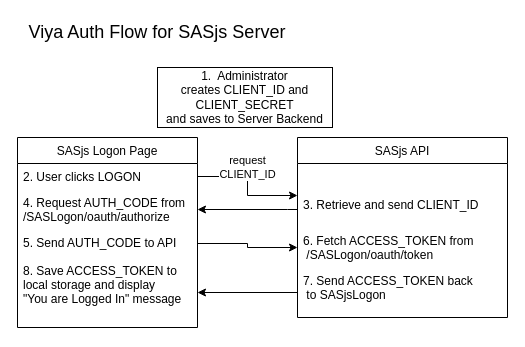
sasjs/server.sasjs.io keeps this draw.io diagram as docs/draw.io/viyaflow.drawio. Above is the earlier version. Source tidied: cells renumbered, new cells numbered last; positions are measured from the earlier drawing's top-left corner, leaving out a move shared by most shapes. Both pictures are drawn from the tidied source at 100%, with x=0, y=0 at pixel (17, 17).
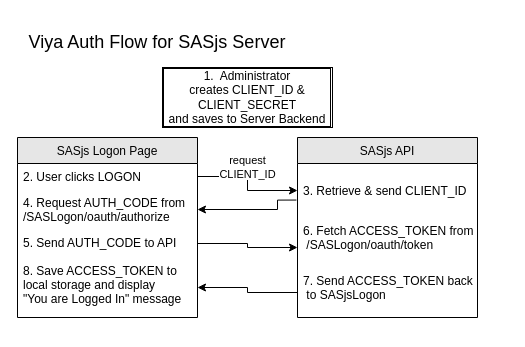
Above is the later version.

Diff of the diagram source:
```diff
@@
-<mxGraphModel>
+<mxGraphModel background="#FFFFFF">
@@
-    <mxCell id="2" value="SASjs Logon Page" style="swimlane;fontStyle=0;horizontal=1;startSize=26;" parent="1" vertex="1">
-      <mxGeometry y="120" width="180" height="190" as="geometry" />
+    <mxCell id="2" value="SASjs Logon Page" style="swimlane;fontStyle=0;horizontal=1;startSize=26;strokeColor=#000000;fillColor=#E6E6E6;color:#000000;fontColor=#000000;" parent="1" vertex="1">
+      <mxGeometry y="120" width="180" height="180" as="geometry" />
     </mxCell>
-    <mxCell id="3" value="2. User clicks LOGON" style="text;strokeColor=none;fillColor=none;align=left;verticalAlign=top;spacingLeft=4;spacingRight=4;overflow=hidden;points=[[0,0.5],[1,0.5]];portConstraint=eastwest;" parent="2" vertex="1">
+    <mxCell id="3" value="2. User clicks LOGON" style="text;strokeColor=none;fillColor=none;align=left;verticalAlign=top;spacingLeft=4;spacingRight=4;overflow=hidden;points=[[0,0.5],[1,0.5]];portConstraint=eastwest;fontColor=#000000;" parent="2" vertex="1">
       <mxGeometry y="26" width="180" height="26" as="geometry" />
     </mxCell>
-    <mxCell id="4" value="4. Request AUTH_CODE from &#10;/SASLogon/oauth/authorize" style="text;strokeColor=none;fillColor=none;align=left;verticalAlign=top;spacingLeft=4;spacingRight=4;overflow=hidden;points=[[0,0.5],[1,0.5]];portConstraint=eastwest;" parent="2" vertex="1">
+    <mxCell id="4" value="4. Request AUTH_CODE from &#10;/SASLogon/oauth/authorize" style="text;strokeColor=none;fillColor=none;align=left;verticalAlign=top;spacingLeft=4;spacingRight=4;overflow=hidden;points=[[0,0.5],[1,0.5]];portConstraint=eastwest;fontColor=#000000;" parent="2" vertex="1">
       <mxGeometry y="52" width="180" height="40" as="geometry" />
     </mxCell>
-    <mxCell id="5" value="5. Send AUTH_CODE to API" style="text;strokeColor=none;fillColor=none;align=left;verticalAlign=top;spacingLeft=4;spacingRight=4;overflow=hidden;points=[[0,0.5],[1,0.5]];portConstraint=eastwest;" parent="2" vertex="1">
+    <mxCell id="5" value="5. Send AUTH_CODE to API" style="text;strokeColor=none;fillColor=none;align=left;verticalAlign=top;spacingLeft=4;spacingRight=4;overflow=hidden;points=[[0,0.5],[1,0.5]];portConstraint=eastwest;fontColor=#000000;" parent="2" vertex="1">
       <mxGeometry y="92" width="180" height="28" as="geometry" />
     </mxCell>
-    <mxCell id="6" value="8. Save ACCESS_TOKEN to&#10;local storage and display &#10;&quot;You are Logged In&quot; message" style="text;strokeColor=none;fillColor=none;align=left;verticalAlign=top;spacingLeft=4;spacingRight=4;overflow=hidden;points=[[0,0.5],[1,0.5]];portConstraint=eastwest;" parent="2" vertex="1">
-      <mxGeometry y="120" width="180" height="70" as="geometry" />
+    <mxCell id="6" value="8. Save ACCESS_TOKEN to&#10;local storage and display &#10;&quot;You are Logged In&quot; message" style="text;strokeColor=none;fillColor=none;align=left;verticalAlign=top;spacingLeft=4;spacingRight=4;overflow=hidden;points=[[0,0.5],[1,0.5]];portConstraint=eastwest;fontColor=#000000;" parent="2" vertex="1">
+      <mxGeometry y="120" width="180" height="60" as="geometry" />
     </mxCell>
-    <mxCell id="7" value="SASjs API" style="swimlane;fontStyle=0;horizontal=1;startSize=26;" parent="1" vertex="1">
-      <mxGeometry x="280" y="120" width="210" height="180" as="geometry" />
+    <mxCell id="7" value="SASjs API" style="swimlane;fontStyle=0;horizontal=1;startSize=26;fontColor=#000000;fillColor=#E6E6E6;strokeColor=#000000;" parent="1" vertex="1">
+      <mxGeometry x="280" y="120" width="180" height="180" as="geometry" />
     </mxCell>
-    <mxCell id="8" value="&#10;&#10;3. Retrieve and send CLIENT_ID" style="text;strokeColor=none;fillColor=none;align=left;verticalAlign=top;spacingLeft=4;spacingRight=4;overflow=hidden;points=[[0,0.5],[1,0.5]];portConstraint=eastwest;" parent="7" vertex="1">
-      <mxGeometry y="26" width="210" height="64" as="geometry" />
+    <mxCell id="8" value="&#10;3. Retrieve &amp; send CLIENT_ID" style="text;strokeColor=none;fillColor=none;align=left;verticalAlign=top;spacingLeft=4;spacingRight=4;overflow=hidden;points=[[0,0.5],[1,0.5]];portConstraint=eastwest;fontColor=#000000;" parent="7" vertex="1">
+      <mxGeometry y="26" width="180" height="54" as="geometry" />
     </mxCell>
-    <mxCell id="9" value="6. Fetch ACCESS_TOKEN from&#10; /SASLogon/oauth/token " style="text;strokeColor=none;fillColor=none;align=left;verticalAlign=top;spacingLeft=4;spacingRight=4;overflow=hidden;points=[[0,0.5],[1,0.5]];portConstraint=eastwest;" parent="7" vertex="1">
-      <mxGeometry y="90" width="210" height="40" as="geometry" />
+    <mxCell id="9" value="6. Fetch ACCESS_TOKEN from&#10; /SASLogon/oauth/token " style="text;strokeColor=none;fillColor=none;align=left;verticalAlign=top;spacingLeft=4;spacingRight=4;overflow=hidden;points=[[0,0.5],[1,0.5]];portConstraint=eastwest;fontColor=#000000;" parent="7" vertex="1">
+      <mxGeometry y="80" width="180" height="50" as="geometry" />
     </mxCell>
-    <mxCell id="10" value="7. Send ACCESS_TOKEN back&#10; to SASjsLogon" style="text;strokeColor=none;fillColor=none;align=left;verticalAlign=top;spacingLeft=4;spacingRight=4;overflow=hidden;points=[[0,0.5],[1,0.5]];portConstraint=eastwest;" parent="7" vertex="1">
-      <mxGeometry y="130" width="210" height="50" as="geometry" />
+    <mxCell id="10" value="7. Send ACCESS_TOKEN back&#10; to SASjsLogon" style="text;strokeColor=none;fillColor=none;align=left;verticalAlign=top;spacingLeft=4;spacingRight=4;overflow=hidden;points=[[0,0.5],[1,0.5]];portConstraint=eastwest;fontColor=#000000;" parent="7" vertex="1">
+      <mxGeometry y="130" width="180" height="50" as="geometry" />
     </mxCell>
-    <mxCell id="11" value="request &lt;br&gt;CLIENT_ID" style="edgeStyle=orthogonalEdgeStyle;rounded=0;jettySize=auto;html=1;exitX=1;exitY=0.5;exitDx=0;exitDy=0;entryX=0;entryY=0.5;entryDx=0;entryDy=0;" parent="1" edge="1" source="3" target="8">
-      <mxGeometry x="-0.16" y="-9" relative="1" as="geometry">
+    <mxCell id="11" value="&lt;span style=&quot;background-color: rgb(255 , 255 , 255)&quot;&gt;request &lt;br&gt;CLIENT_ID&lt;/span&gt;" style="edgeStyle=orthogonalEdgeStyle;rounded=0;jettySize=auto;html=1;exitX=1;exitY=0.5;exitDx=0;exitDy=0;entryX=0;entryY=0.5;entryDx=0;entryDy=0;fontColor=#000000;labelBackgroundColor=none;labelBorderColor=none;strokeColor=#000000;" parent="1" edge="1" source="3" target="8">
+      <mxGeometry x="-0.12" y="-9" relative="1" as="geometry">
         <mxPoint x="9" y="-9" as="offset" />
       </mxGeometry>
     </mxCell>
-    <mxCell id="12" style="edgeStyle=orthogonalEdgeStyle;rounded=0;jettySize=auto;html=1;exitX=1;exitY=0.5;exitDx=0;exitDy=0;" parent="1" edge="1" source="5" target="9">
+    <mxCell id="12" style="edgeStyle=orthogonalEdgeStyle;rounded=0;jettySize=auto;html=1;exitX=1;exitY=0.5;exitDx=0;exitDy=0;strokeColor=#000000;" parent="1" edge="1" source="5" target="9">
       <mxGeometry relative="1" as="geometry">
         <Array as="points">
           <mxPoint x="230" y="226" />
           <mxPoint x="230" y="230" />
         </Array>
       </mxGeometry>
     </mxCell>
-    <mxCell id="13" style="edgeStyle=orthogonalEdgeStyle;rounded=0;jettySize=auto;html=1;" parent="1" edge="1" source="8" target="4">
+    <mxCell id="13" style="edgeStyle=orthogonalEdgeStyle;rounded=0;jettySize=auto;html=1;fillColor=#000000;strokeColor=#000000;exitX=-0.006;exitY=0.677;exitDx=0;exitDy=0;exitPerimeter=0;" parent="1" edge="1" source="8" target="4">
       <mxGeometry relative="1" as="geometry">
         <Array as="points">
-          <mxPoint x="270" y="192" />
-          <mxPoint x="270" y="192" />
+          <mxPoint x="260" y="183" />
+          <mxPoint x="260" y="192" />
         </Array>
       </mxGeometry>
     </mxCell>
-    <mxCell id="14" style="edgeStyle=orthogonalEdgeStyle;rounded=0;jettySize=auto;html=1;entryX=1;entryY=0.5;entryDx=0;entryDy=0;" parent="1" edge="1" source="10" target="6">
+    <mxCell id="14" style="edgeStyle=orthogonalEdgeStyle;rounded=0;jettySize=auto;html=1;entryX=1;entryY=0.5;entryDx=0;entryDy=0;strokeColor=#000000;" parent="1" edge="1" source="10" target="6">
       <mxGeometry relative="1" as="geometry" />
     </mxCell>
-    <mxCell id="15" value="&lt;span&gt;1.&amp;nbsp; Administrator creates&amp;nbsp;CLIENT_ID and CLIENT_SECRET&lt;/span&gt;&lt;br&gt;&lt;span&gt;and saves to Server Backend&lt;/span&gt;" style="rounded=0;whiteSpace=wrap;html=1;" parent="1" vertex="1">
-      <mxGeometry x="140" y="50" width="175" height="60" as="geometry" />
+    <mxCell id="15" value="&lt;span&gt;1.&amp;nbsp; Administrator creates&amp;nbsp;CLIENT_ID &amp;amp; CLIENT_SECRET&lt;/span&gt;&lt;br&gt;&lt;span&gt;and saves to Server Backend&lt;/span&gt;" style="rounded=0;whiteSpace=wrap;html=1;fontColor=#000000;labelBackgroundColor=#ffffff;labelBorderColor=#000000;" parent="1" vertex="1">
+      <mxGeometry x="145" y="50" width="170" height="60" as="geometry" />
     </mxCell>
-    <mxCell id="16" value="&lt;font style=&quot;font-size: 18px&quot;&gt;Viya Auth Flow for SASjs Server&lt;/font&gt;" style="text;html=1;strokeColor=none;fillColor=none;align=center;verticalAlign=middle;whiteSpace=wrap;rounded=0;" parent="1" vertex="1">
-      <mxGeometry width="280" height="30" as="geometry" />
+    <mxCell id="16" value="&lt;font style=&quot;font-size: 18px&quot;&gt;Viya Auth Flow for SASjs Server&lt;/font&gt;" style="text;html=1;strokeColor=none;fillColor=none;align=center;verticalAlign=middle;whiteSpace=wrap;rounded=0;fontColor=#000000;" parent="1" vertex="1">
+      <mxGeometry y="10" width="280" height="30" as="geometry" />
     </mxCell>
```
